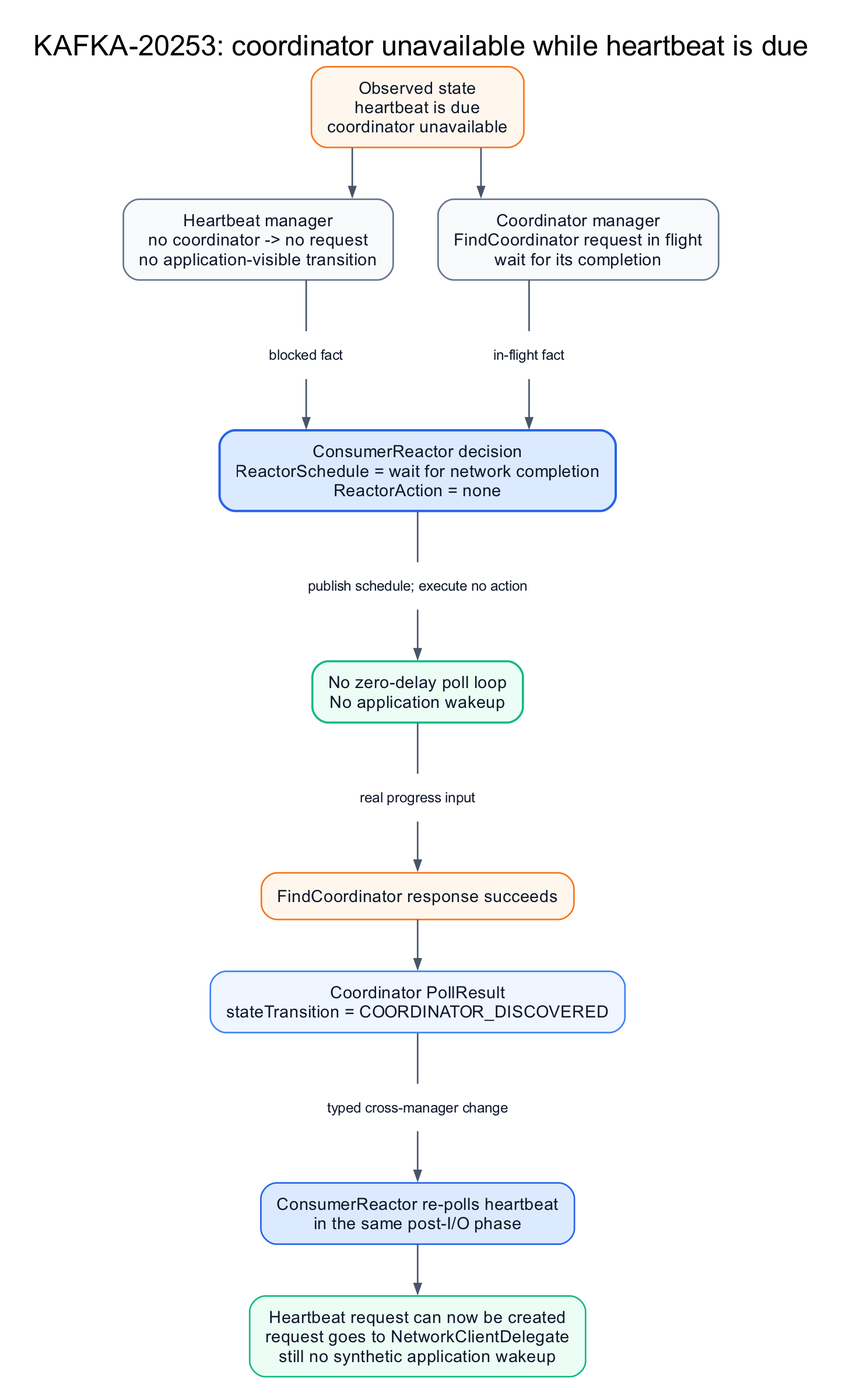
Above: docs/images/kip-1371-kafka-20253-progress.png in unknowntpo/kafka (Graphviz), before the change. Its source is kept beside it as docs/images/kip-1371-kafka-20253-progress.dot.
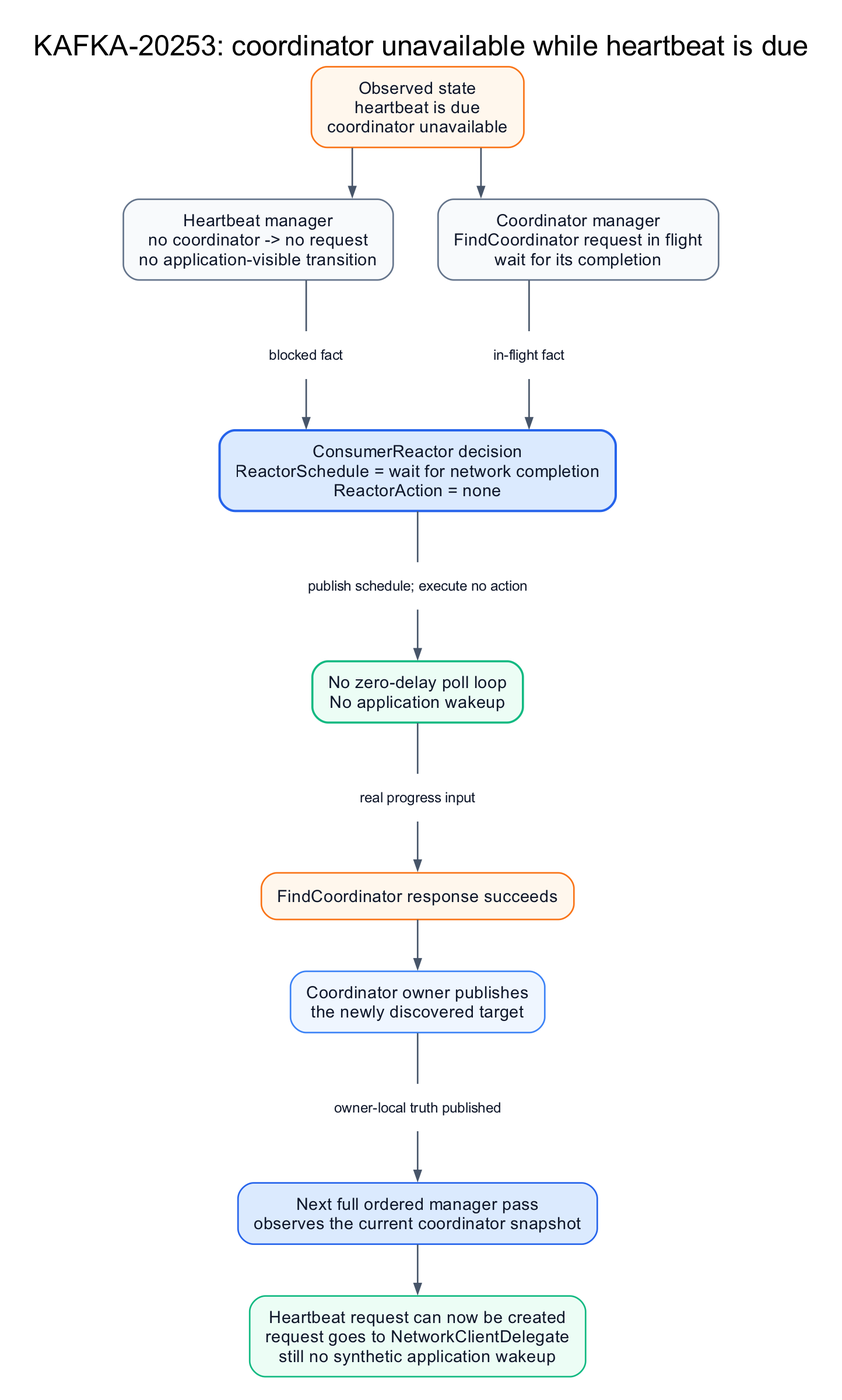
After the commit.

What changed in the source:
```diff
@@ -68,13 +68,13 @@
     fillcolor="#fff7ed",
     color="#f97316"
   ];
-  transition [
-    label="Coordinator PollResult\nstateTransition = COORDINATOR_DISCOVERED",
+  owner_update [
+    label="Coordinator owner publishes\nthe newly discovered target",
     fillcolor="#eff6ff",
     color="#3b82f6"
   ];
-  recheck [
-    label="ConsumerReactor re-polls heartbeat\nin the same post-I/O phase",
+  next_pass [
+    label="Next full ordered manager pass\nobserves the current coordinator snapshot",
     fillcolor="#dbeafe",
     color="#2563eb"
   ];
@@ -88,7 +88,7 @@
   in_flight [label="in-flight fact", shape=box, style=filled, fillcolor="white", color="white", fontsize=11, margin="0.05,0.03"];
   no_action [label="publish schedule; execute no action", shape=box, style=filled, fillcolor="white", color="white", fontsize=11, margin="0.05,0.03"];
   progress [label="real progress input", shape=box, style=filled, fillcolor="white", color="white", fontsize=11, margin="0.05,0.03"];
-  typed [label="typed cross-manager change", shape=box, style=filled, fillcolor="white", color="white", fontsize=11, margin="0.05,0.03"];
+  published [label="owner-local truth published", shape=box, style=filled, fillcolor="white", color="white", fontsize=11, margin="0.05,0.03"];
 
   input -> heartbeat;
   input -> coordinator;
@@ -100,8 +100,8 @@
   no_action -> no_loop;
   no_loop -> progress [arrowhead=none];
   progress -> completion;
-  completion -> transition;
-  transition -> typed [arrowhead=none];
-  typed -> recheck;
-  recheck -> request;
+  completion -> owner_update;
+  owner_update -> published [arrowhead=none];
+  published -> next_pass;
+  next_pass -> request;
 }
```
